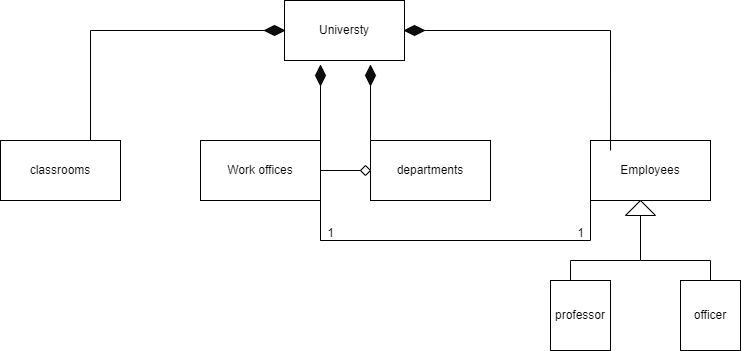
This is Universite Yönetim Sistemi.png from burksenturk/PatikaDev-assignments-and-projects, a draw.io export, as it was before one commit. Source tidied: cells renumbered, new cells last; positions are measured from the earlier drawing's top-left corner, leaving out a move shared by most shapes.
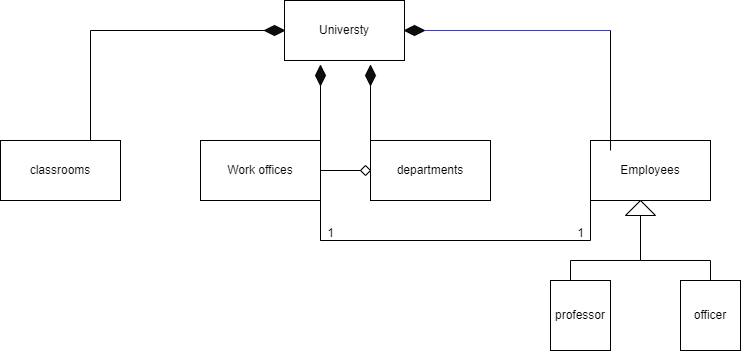
Later version of the same file.

What changed in the source:
```diff
@@ -1,4 +1,4 @@
-<mxGraphModel background="#FFFFFF">
+<mxGraphModel>
   <root>
     <mxCell id="0" />
     <mxCell id="1" parent="0" />
@@ -37,7 +37,7 @@
     <mxCell id="12" style="endArrow=none;html=1;rounded=0;entryX=1;entryY=0.5;entryDx=0;entryDy=0;exitX=0;exitY=0;exitDx=0;exitDy=0;" parent="1" edge="1" source="5" target="9">
       <mxGeometry relative="1" as="geometry" />
     </mxCell>
-    <mxCell id="13" style="endArrow=none;html=1;rounded=0;entryX=1;entryY=0.5;entryDx=0;entryDy=0;" parent="1" edge="1" target="10">
+    <mxCell id="13" style="endArrow=none;html=1;rounded=0;entryX=1;entryY=0.5;entryDx=0;entryDy=0;strokeColor=#3333FF;" parent="1" edge="1" target="10">
       <mxGeometry relative="1" as="geometry">
         <mxPoint x="610" y="30" as="sourcePoint" />
       </mxGeometry>
```
